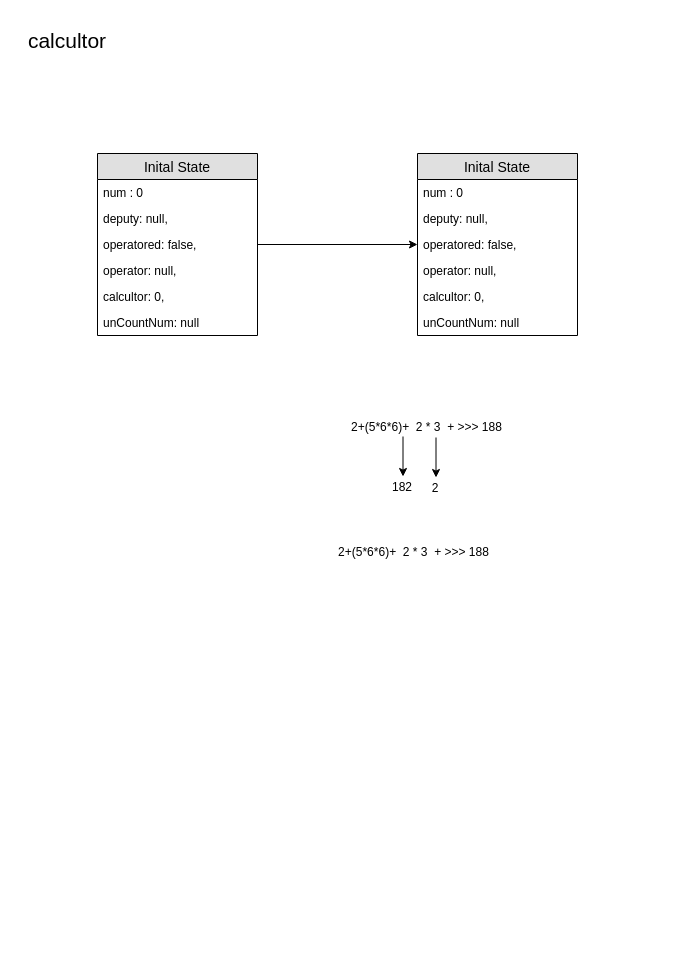
The draw.io diagram page "第1頁" (1 of 4) of assets/state design.drawio in gh286991-learing/jsDungeon-3F-Calculator, before the edit. Source tidied: cells renumbered, new cells numbered last; positions are measured from the earlier drawing's top-left corner, leaving out a move shared by most shapes. Both pictures are drawn from the tidied source at 100%, with x=0, y=0 at pixel (17, 17).
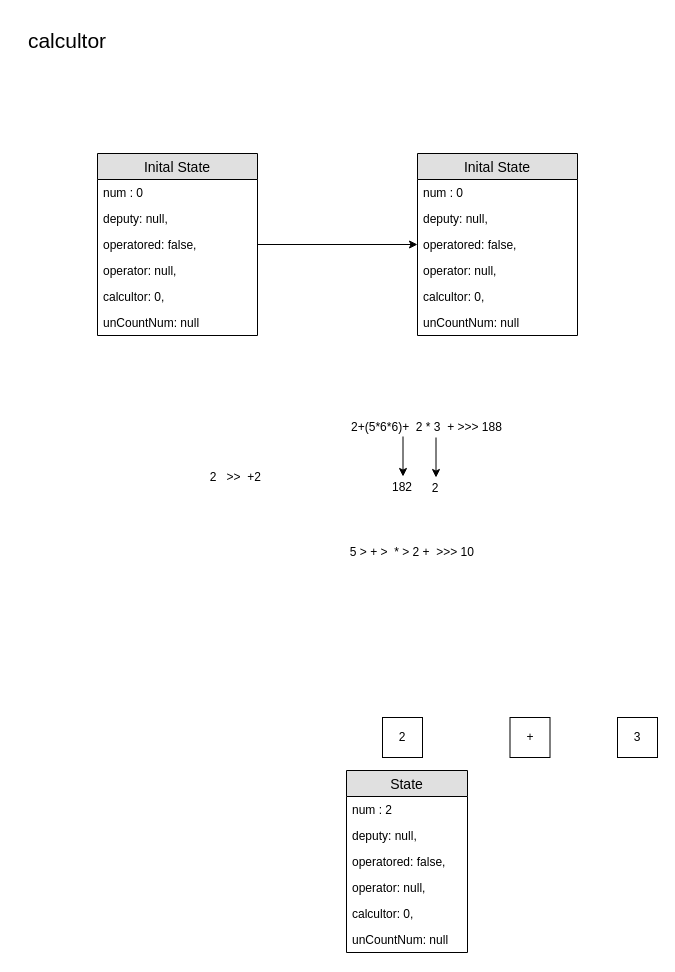
After the change.

Change to the diagram source:
```diff
@@
-    <mxCell id="23" value="2+(5*6*6)+&amp;nbsp; 2 * 3&amp;nbsp; + &amp;gt;&amp;gt;&amp;gt; 188" style="text;html=1;strokeColor=none;fillColor=none;align=center;verticalAlign=middle;whiteSpace=wrap;rounded=0;" parent="1" vertex="1">
+    <mxCell id="23" value="5 &amp;gt; + &amp;gt;&amp;nbsp; * &amp;gt; 2 +&amp;nbsp; &amp;gt;&amp;gt;&amp;gt; 10&amp;nbsp;" style="text;html=1;strokeColor=none;fillColor=none;align=center;verticalAlign=middle;whiteSpace=wrap;rounded=0;" parent="1" vertex="1">
       <mxGeometry x="313" y="524.5" width="167" height="20" as="geometry" />
     </mxCell>
+    <mxCell id="24" value="2&amp;nbsp; &amp;nbsp;&amp;gt;&amp;gt;&amp;nbsp; +2&amp;nbsp;" style="text;html=1;strokeColor=none;fillColor=none;align=center;verticalAlign=middle;whiteSpace=wrap;rounded=0;" parent="1" vertex="1">
+      <mxGeometry x="180" y="450" width="80" height="20" as="geometry" />
+    </mxCell>
+    <mxCell id="25" value="2" style="whiteSpace=wrap;html=1;" parent="1" vertex="1">
+      <mxGeometry x="365" y="700" width="40" height="40" as="geometry" />
+    </mxCell>
+    <mxCell id="26" value="+" style="whiteSpace=wrap;html=1;" parent="1" vertex="1">
+      <mxGeometry x="492.5" y="700" width="40" height="40" as="geometry" />
+    </mxCell>
+    <mxCell id="27" value="3" style="whiteSpace=wrap;html=1;" parent="1" vertex="1">
+      <mxGeometry x="600" y="700" width="40" height="40" as="geometry" />
+    </mxCell>
+    <mxCell id="28" value="State" style="swimlane;fontStyle=0;horizontal=1;startSize=26;fillColor=#e0e0e0;swimlaneFillColor=#ffffff;align=center;fontSize=14;" parent="1" vertex="1">
+      <mxGeometry x="329" y="753" width="121" height="182" as="geometry" />
+    </mxCell>
+    <mxCell id="29" value="num : 2" style="text;strokeColor=none;fillColor=none;spacingLeft=4;spacingRight=4;overflow=hidden;fontSize=12;" parent="28" vertex="1">
+      <mxGeometry y="26" width="121" height="26" as="geometry" />
+    </mxCell>
+    <mxCell id="30" value="deputy: null," style="text;strokeColor=none;fillColor=none;spacingLeft=4;spacingRight=4;overflow=hidden;fontSize=12;" parent="28" vertex="1">
+      <mxGeometry y="52" width="121" height="26" as="geometry" />
+    </mxCell>
+    <mxCell id="31" value="operatored: false," style="text;strokeColor=none;fillColor=none;spacingLeft=4;spacingRight=4;overflow=hidden;fontSize=12;" parent="28" vertex="1">
+      <mxGeometry y="78" width="121" height="26" as="geometry" />
+    </mxCell>
+    <mxCell id="32" value="operator: null," style="text;strokeColor=none;fillColor=none;spacingLeft=4;spacingRight=4;overflow=hidden;fontSize=12;" parent="28" vertex="1">
+      <mxGeometry y="104" width="121" height="26" as="geometry" />
+    </mxCell>
+    <mxCell id="33" value="calcultor: 0," style="text;strokeColor=none;fillColor=none;spacingLeft=4;spacingRight=4;overflow=hidden;fontSize=12;" parent="28" vertex="1">
+      <mxGeometry y="130" width="121" height="26" as="geometry" />
+    </mxCell>
+    <mxCell id="34" value="unCountNum: null" style="text;strokeColor=none;fillColor=none;spacingLeft=4;spacingRight=4;overflow=hidden;fontSize=12;" parent="28" vertex="1">
+      <mxGeometry y="156" width="121" height="26" as="geometry" />
+    </mxCell>
```
